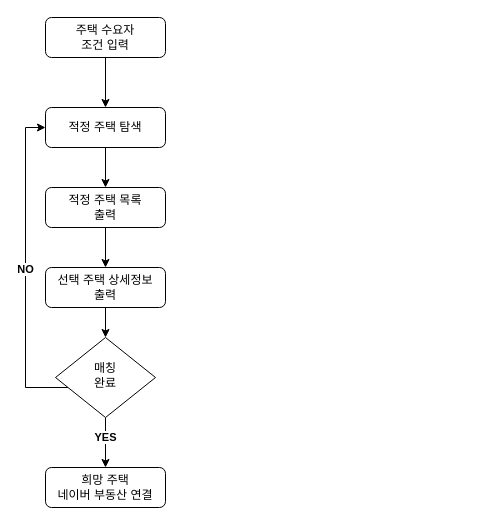
Before: 제목 없는 다이어그램.drawio in TraceofBird/KREBPJ, a draw.io diagram. Source tidied: cells renumbered, new cells numbered last; positions are measured from the earlier drawing's top-left corner, leaving out a move shared by most shapes. Both pictures are drawn from the tidied source at 100%, with x=0, y=0 at pixel (25, 17).
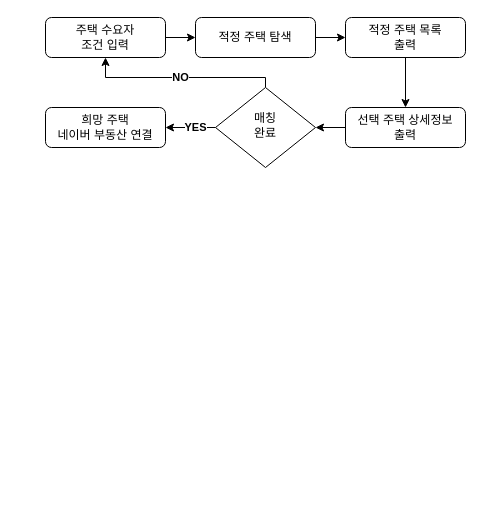
The same diagram, later.

Commit message (it also covers changes not shown here):
제목 없는 다이어그램.drawio 업데이트

Diff of the diagram source:
```diff
@@
 <mxGraphModel>
   <root>
     <mxCell id="0" />
     <mxCell id="1" parent="0" />
-    <mxCell id="2" style="edgeStyle=orthogonalEdgeStyle;rounded=0;jettySize=auto;html=1;entryX=0.5;entryY=0;entryDx=0;entryDy=0;" parent="1" edge="1" source="3" target="5">
+    <mxCell id="2" style="edgeStyle=orthogonalEdgeStyle;rounded=0;jettySize=auto;html=1;entryX=0;entryY=0.5;entryDx=0;entryDy=0;" parent="1" edge="1" source="3" target="5">
       <mxGeometry relative="1" as="geometry" />
     </mxCell>
     <mxCell id="3" value="주택 수요자 &lt;br&gt;조건 입력" style="rounded=1;whiteSpace=wrap;html=1;fontSize=12;glass=0;strokeWidth=1;shadow=0;" parent="1" vertex="1">
       <mxGeometry x="20" width="120" height="40" as="geometry" />
     </mxCell>
-    <mxCell id="4" style="edgeStyle=orthogonalEdgeStyle;rounded=0;jettySize=auto;html=1;entryX=0.5;entryY=0;entryDx=0;entryDy=0;" parent="1" edge="1" source="5" target="11">
+    <mxCell id="4" style="edgeStyle=orthogonalEdgeStyle;rounded=0;jettySize=auto;html=1;entryX=0;entryY=0.5;entryDx=0;entryDy=0;" parent="1" edge="1" source="5" target="11">
       <mxGeometry relative="1" as="geometry" />
     </mxCell>
     <mxCell id="5" value="적정 주택 탐색" style="rounded=1;whiteSpace=wrap;html=1;fontSize=12;glass=0;strokeWidth=1;shadow=0;" parent="1" vertex="1">
-      <mxGeometry x="20" y="90" width="120" height="40" as="geometry" />
+      <mxGeometry x="170" width="120" height="40" as="geometry" />
     </mxCell>
+    <mxCell id="7" value="&lt;b&gt;YES&lt;/b&gt;" style="edgeStyle=orthogonalEdgeStyle;rounded=0;jettySize=auto;html=1;entryX=1;entryY=0.5;entryDx=0;entryDy=0;" parent="1" edge="1" source="8" target="9">
+      <mxGeometry x="-0.2" relative="1" as="geometry" />
+    </mxCell>
-    <mxCell id="6" value="&lt;b&gt;NO&lt;/b&gt;" style="edgeStyle=orthogonalEdgeStyle;rounded=0;jettySize=auto;html=1;entryX=0;entryY=0.5;entryDx=0;entryDy=0;" parent="1" edge="1" source="8" target="5">
+    <mxCell id="6" value="&lt;b&gt;NO&lt;/b&gt;" style="edgeStyle=orthogonalEdgeStyle;rounded=0;jettySize=auto;html=1;entryX=0.5;entryY=1;entryDx=0;entryDy=0;" parent="1" edge="1" source="8" target="3">
       <mxGeometry relative="1" as="geometry">
         <Array as="points">
-          <mxPoint y="370" />
-          <mxPoint y="110" />
+          <mxPoint x="240" y="60" />
+          <mxPoint x="80" y="60" />
         </Array>
       </mxGeometry>
     </mxCell>
-    <mxCell id="7" value="&lt;b&gt;YES&lt;/b&gt;" style="edgeStyle=orthogonalEdgeStyle;rounded=0;jettySize=auto;html=1;entryX=0.5;entryY=0;entryDx=0;entryDy=0;" parent="1" edge="1" source="8" target="9">
-      <mxGeometry x="-0.2" relative="1" as="geometry" />
-    </mxCell>
     <mxCell id="8" value="매칭&lt;br&gt;완료" style="rhombus;whiteSpace=wrap;html=1;shadow=0;fontFamily=Helvetica;fontSize=12;align=center;strokeWidth=1;spacing=6;spacingTop=-4;" parent="1" vertex="1">
-      <mxGeometry x="30" y="320" width="100" height="80" as="geometry" />
+      <mxGeometry x="190" y="70" width="100" height="80" as="geometry" />
     </mxCell>
     <mxCell id="9" value="희망 주택&lt;br&gt;네이버 부동산 연결" style="rounded=1;whiteSpace=wrap;html=1;fontSize=12;glass=0;strokeWidth=1;shadow=0;" parent="1" vertex="1">
-      <mxGeometry x="20" y="450" width="120" height="40" as="geometry" />
+      <mxGeometry x="20" y="90" width="120" height="40" as="geometry" />
     </mxCell>
     <mxCell id="10" style="edgeStyle=orthogonalEdgeStyle;rounded=0;jettySize=auto;html=1;" parent="1" edge="1" source="11" target="13">
       <mxGeometry relative="1" as="geometry" />
     </mxCell>
     <mxCell id="11" value="적정 주택 목록 &lt;br&gt;출력" style="rounded=1;whiteSpace=wrap;html=1;fontSize=12;glass=0;strokeWidth=1;shadow=0;" parent="1" vertex="1">
-      <mxGeometry x="20" y="170" width="120" height="40" as="geometry" />
+      <mxGeometry x="320" width="120" height="40" as="geometry" />
     </mxCell>
-    <mxCell id="12" style="edgeStyle=orthogonalEdgeStyle;rounded=0;jettySize=auto;html=1;entryX=0.5;entryY=0;entryDx=0;entryDy=0;" parent="1" edge="1" source="13" target="8">
+    <mxCell id="12" style="edgeStyle=orthogonalEdgeStyle;rounded=0;jettySize=auto;html=1;entryX=1;entryY=0.5;entryDx=0;entryDy=0;" parent="1" edge="1" source="13" target="8">
       <mxGeometry relative="1" as="geometry" />
     </mxCell>
     <mxCell id="13" value="선택 주택 상세정보&lt;br&gt;출력" style="rounded=1;whiteSpace=wrap;html=1;fontSize=12;glass=0;strokeWidth=1;shadow=0;" parent="1" vertex="1">
-      <mxGeometry x="20" y="250" width="120" height="40" as="geometry" />
+      <mxGeometry x="320" y="90" width="120" height="40" as="geometry" />
     </mxCell>
   </root>
 </mxGraphModel>
```
